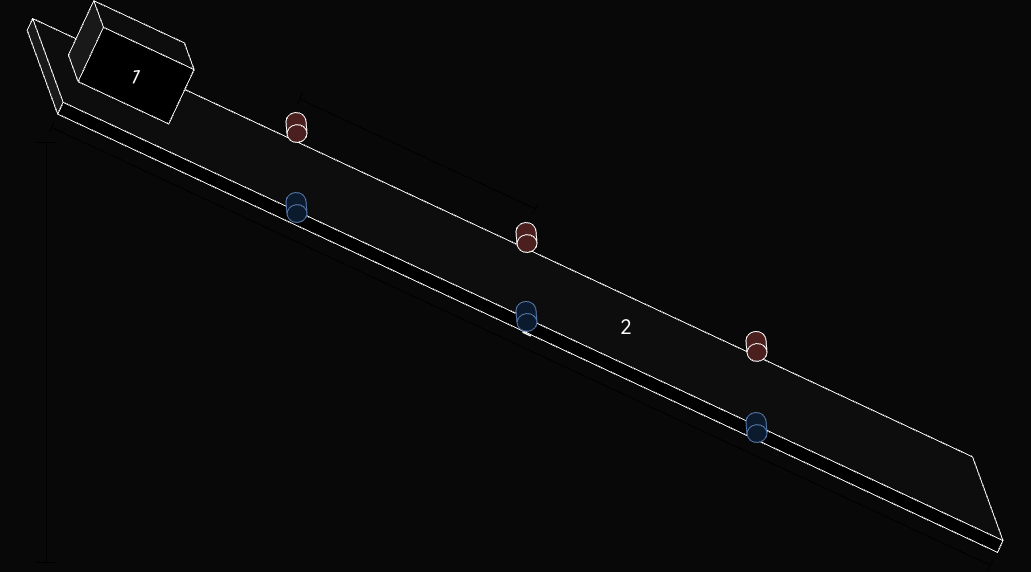
Earlier version of the draw.io export Diagram.drawio.png (andim53/Friction-Coefficient). Source tidied: cells renumbered, new cells last; positions are measured from the earlier drawing's top-left corner, leaving out a move shared by most shapes.
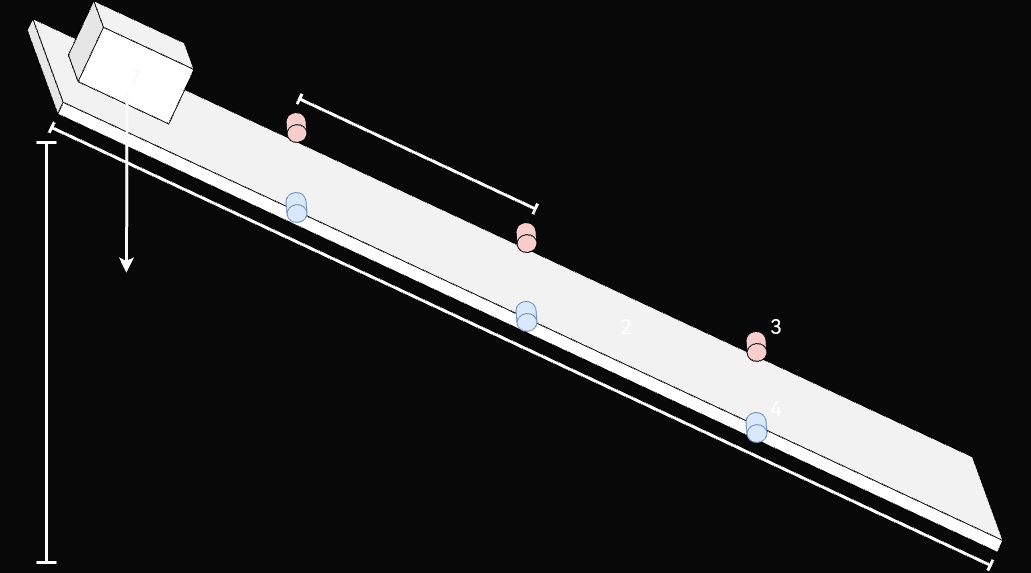
After the change.

Change to the diagram source:
```diff
@@ -5,13 +5,13 @@
     <mxCell id="2" value="&lt;font style=&quot;font-size: 20px;&quot;&gt;2&lt;/font&gt;" style="shape=cube;whiteSpace=wrap;html=1;boundedLbl=1;backgroundOutline=1;darkOpacity=0.05;darkOpacity2=0.1;rotation=25;size=63;strokeColor=default;" parent="1" vertex="1">
       <mxGeometry x="-0.4" y="224.9" width="1100" height="76" as="geometry" />
     </mxCell>
-    <mxCell id="3" value="&lt;font style=&quot;font-size: 20px;&quot;&gt;1&lt;/font&gt;" style="shape=cube;whiteSpace=wrap;html=1;boundedLbl=1;backgroundOutline=1;darkOpacity=0.05;darkOpacity2=0.1;rotation=25;strokeColor=default;" parent="1" vertex="1">
+    <mxCell id="3" value="&lt;font color=&quot;#f7f7f7&quot; style=&quot;font-size: 20px;&quot;&gt;1&lt;/font&gt;" style="shape=cube;whiteSpace=wrap;html=1;boundedLbl=1;backgroundOutline=1;darkOpacity=0.05;darkOpacity2=0.1;rotation=25;strokeColor=default;" parent="1" vertex="1">
       <mxGeometry x="105.8" y="-0.2" width="120" height="80" as="geometry" />
     </mxCell>
-    <mxCell id="4" style="shape=crossbar;whiteSpace=wrap;html=1;rounded=1;rotation=25;strokeColor=#FFFFFF;" parent="1" vertex="1">
+    <mxCell id="4" style="shape=crossbar;whiteSpace=wrap;html=1;rounded=1;rotation=25;strokeColor=#FFFFFF;strokeWidth=3;" parent="1" vertex="1">
       <mxGeometry x="37.7" y="317.9" width="1035.7" height="12" as="geometry" />
     </mxCell>
-    <mxCell id="5" style="shape=crossbar;whiteSpace=wrap;html=1;rounded=1;direction=south;strokeColor=#FFFFFF;" parent="1" vertex="1">
+    <mxCell id="5" style="shape=crossbar;whiteSpace=wrap;html=1;rounded=1;direction=south;strokeColor=#FFFFFF;strokeWidth=3;" parent="1" vertex="1">
       <mxGeometry x="71" y="120" width="20" height="420" as="geometry" />
     </mxCell>
     <mxCell id="6" style="shape=cylinder3;whiteSpace=wrap;html=1;boundedLbl=1;backgroundOutline=1;size=8.909952622966557;fillColor=#f8cecc;strokeColor=default;rotation=-185;gradientColor=none;" parent="1" vertex="1">
@@ -32,11 +32,23 @@
     <mxCell id="11" style="shape=cylinder3;whiteSpace=wrap;html=1;boundedLbl=1;backgroundOutline=1;size=8.909952622966557;fillColor=#dae8fc;strokeColor=#6c8ebf;rotation=-185;" parent="1" vertex="1">
       <mxGeometry x="781" y="390" width="20" height="30" as="geometry" />
     </mxCell>
-    <mxCell id="12" style="shape=crossbar;whiteSpace=wrap;html=1;rounded=1;rotation=25;strokeColor=#FFFFFF;" parent="1" vertex="1">
+    <mxCell id="12" style="shape=crossbar;whiteSpace=wrap;html=1;rounded=1;rotation=25;strokeColor=#FFFFFF;strokeWidth=3;" parent="1" vertex="1">
       <mxGeometry x="321.9" y="125.6" width="260" height="11.5" as="geometry" />
     </mxCell>
-    <mxCell id="13" value="&lt;font style=&quot;font-size: 20px;&quot;&gt;2&lt;/font&gt;" style="text;html=1;strokeColor=none;fillColor=none;align=center;verticalAlign=middle;whiteSpace=wrap;rounded=0;" parent="1" vertex="1">
+    <mxCell id="13" value="&lt;font color=&quot;#ffffff&quot; style=&quot;font-size: 20px;&quot;&gt;2&lt;/font&gt;" style="text;html=1;strokeColor=none;fillColor=none;align=center;verticalAlign=middle;whiteSpace=wrap;rounded=0;" parent="1" vertex="1">
       <mxGeometry x="631" y="287.9" width="60" height="30" as="geometry" />
     </mxCell>
+    <mxCell id="14" value="&lt;font color=&quot;#ffffff&quot; style=&quot;font-size: 20px;&quot;&gt;3&lt;/font&gt;" style="text;html=1;strokeColor=none;fillColor=none;align=center;verticalAlign=middle;whiteSpace=wrap;rounded=0;" parent="1" vertex="1">
+      <mxGeometry x="781" y="287.9" width="60" height="30" as="geometry" />
+    </mxCell>
+    <mxCell id="15" value="&lt;font color=&quot;#ffffff&quot; style=&quot;font-size: 20px;&quot;&gt;4&lt;/font&gt;" style="text;html=1;strokeColor=none;fillColor=none;align=center;verticalAlign=middle;whiteSpace=wrap;rounded=0;" parent="1" vertex="1">
+      <mxGeometry x="781" y="370" width="60" height="30" as="geometry" />
+    </mxCell>
+    <mxCell id="16" style="endArrow=classic;html=1;rounded=0;strokeColor=#FAFAFA;strokeWidth=3;" parent="1" edge="1">
+      <mxGeometry relative="1" as="geometry">
+        <mxPoint x="161.5" y="70" as="sourcePoint" />
+        <mxPoint x="161" y="250.2" as="targetPoint" />
+      </mxGeometry>
+    </mxCell>
   </root>
 </mxGraphModel>
```
